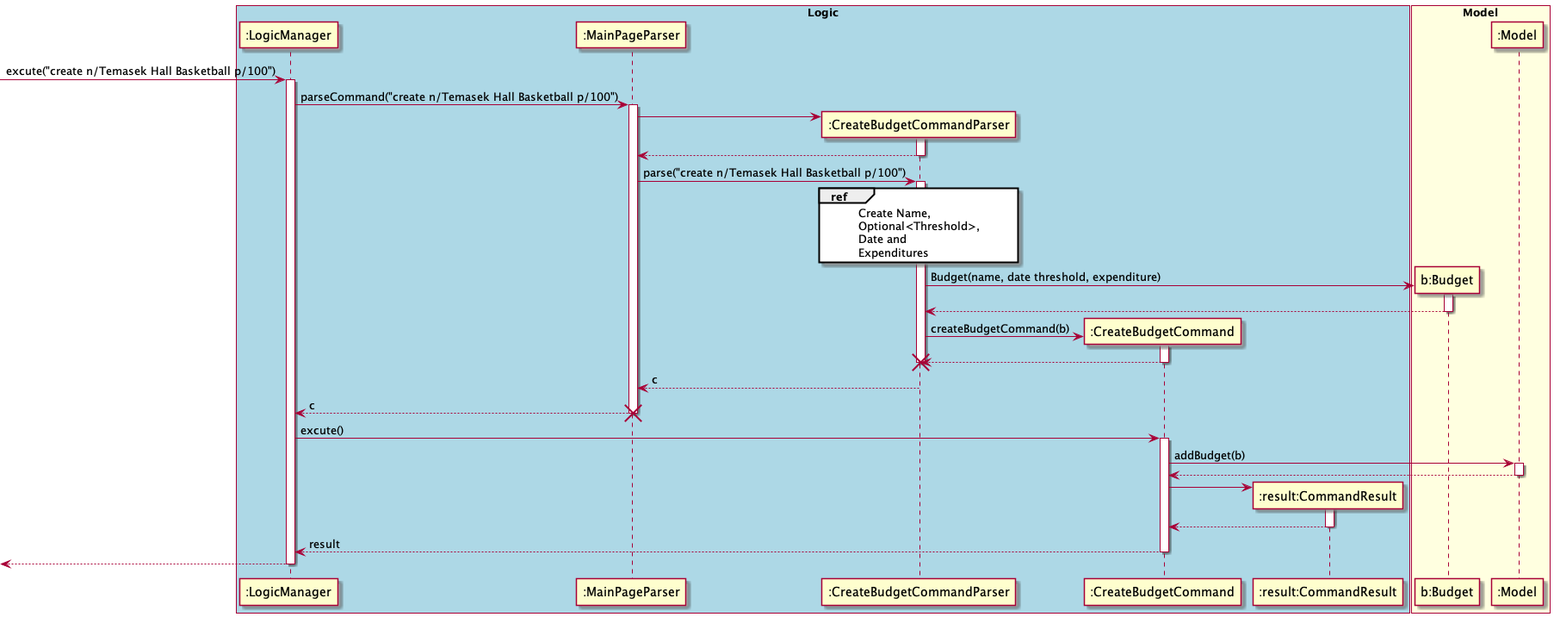
Above: docs/diagrams/commandsPlantUML/diagram/CreateBudgetCommand.png in yu-ming-chen/tp (PlantUML), before the change.
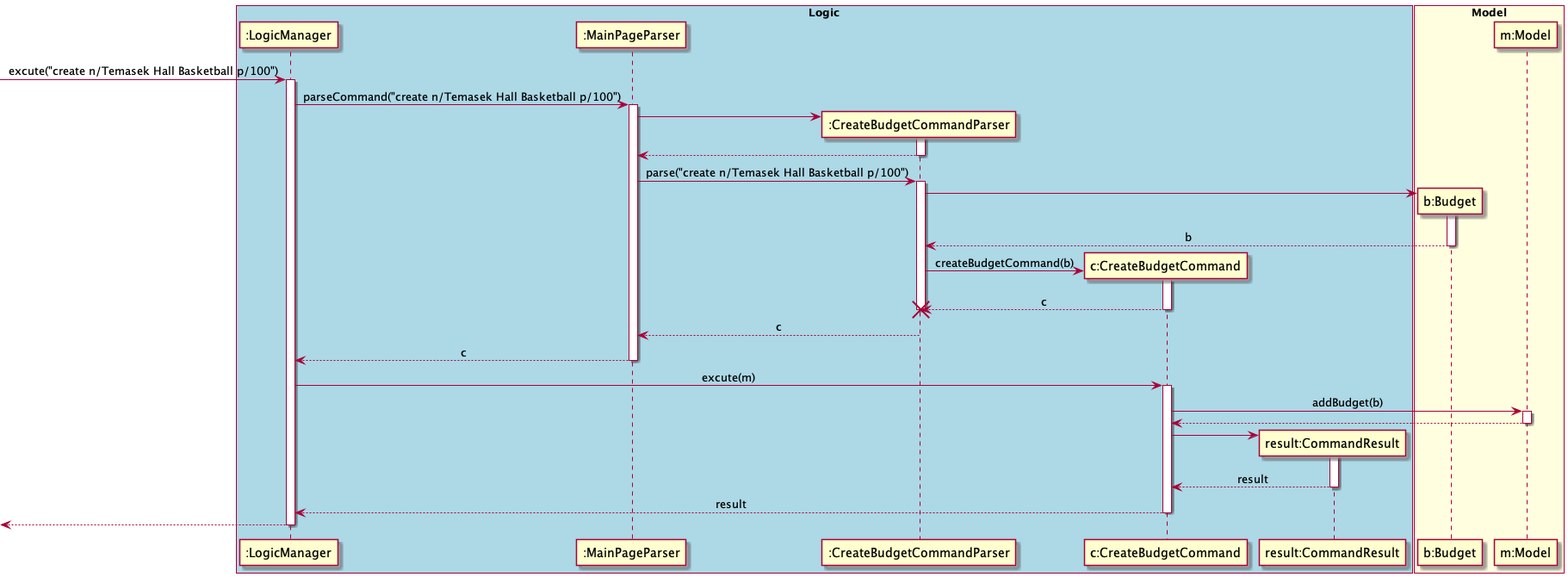
After the commit.

Commit message:
Add UML diagram for CreateBudgetCommand and EditBudgetCommand

What changed in the source:
```diff
@@ -1,15 +1,18 @@
 @startuml
+skinparam Sequence {
+    MessageAlign center
+}
 box "Logic" #LightBlue
 participant ":LogicManager" as LM
 participant ":MainPageParser" as MPP
 participant ":CreateBudgetCommandParser" as CBCP
-participant ":CreateBudgetCommand" as CBC
-participant ":result:CommandResult" as CR
+participant "c:CreateBudgetCommand" as CBC
+participant "result:CommandResult" as CR
 end box
 
 box "Model" #LightYellow
 participant "b:Budget" as Budget
-participant ":Model" as M
+participant "m:Model" as M
 end box
 
 [-> LM : excute("create n/Temasek Hall Basketball p/100")
@@ -25,32 +28,24 @@
 MPP -> CBCP : parse("create n/Temasek Hall Basketball p/100")
 activate CBCP
 
-ref over CBCP
-    Create Name,
-    Optional<Threshold>,
-    Date and
-    Expenditures
-end ref
-
-
 create Budget
-CBCP -> Budget : Budget(name, date threshold, expenditure)
+CBCP -> Budget
 activate Budget
-CBCP <-- Budget
+CBCP <-- Budget : b
 deactivate Budget
 
 create CBC
 CBCP -> CBC : createBudgetCommand(b)
 activate CBC
-CBCP <-- CBC
+CBCP <-- CBC : c
 deactivate CBC
 destroy CBCP
 MPP <-- CBCP : c
 deactivate CBCP
 LM <-- MPP : c
-destroy MPP
+deactivate MPP
 
-LM -> CBC: excute()
+LM -> CBC: excute(m)
 
 activate CBC
 CBC -> M : addBudget(b)
@@ -61,7 +56,7 @@
 create CR
 CBC -> CR
 activate CR
-CBC <-- CR
+CBC <-- CR :result
 deactivate CR
 
 LM <-- CBC: result
```
